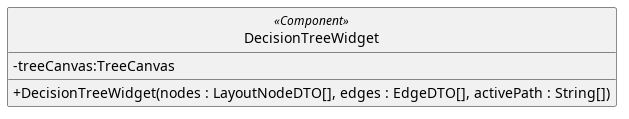
Above: src/PB/DocumentazioneEsterna/Specifica_Tecnica/content/05-diagrammi-classi/uml/png/frontend/DecisionTreeWidget.png in GroupRubberDuck/Documentazione (PlantUML), before the change. Source of this version:
```plantuml
@startuml
skinparam linetype ortho
skinparam nodesep 80
skinparam ranksep 100
skinparam classAttributeIconSize 0
skinparam packageStyle rectangle
skinparam style strictuml


class DecisionTreeWidget <<Component>> {
        - treeCanvas:TreeCanvas
        + DecisionTreeWidget(nodes : LayoutNodeDTO[], edges : EdgeDTO[], activePath : String[])
}
@enduml
```
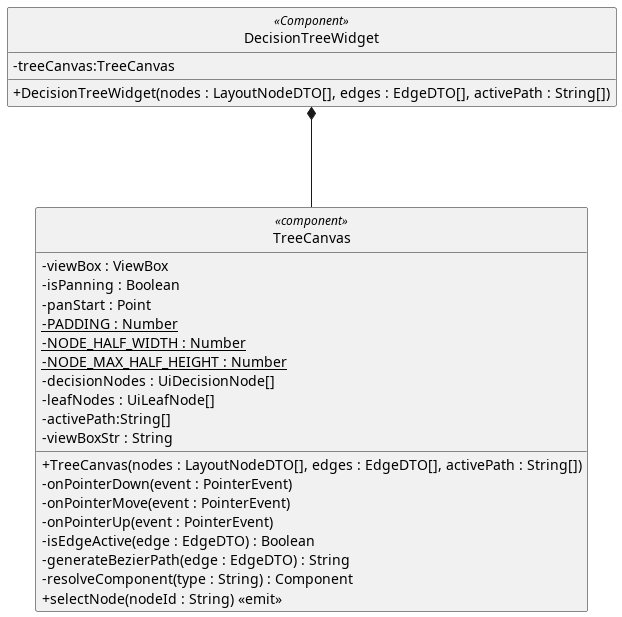
The same file after the commit.

Diff of the diagram source:
```diff
@@ -11,4 +11,8 @@
         - treeCanvas:TreeCanvas
         + DecisionTreeWidget(nodes : LayoutNodeDTO[], edges : EdgeDTO[], activePath : String[])
 }
+!include TreeCanvas.puml
+
+DecisionTreeWidget *-- TreeCanvas
+
 @enduml
```
